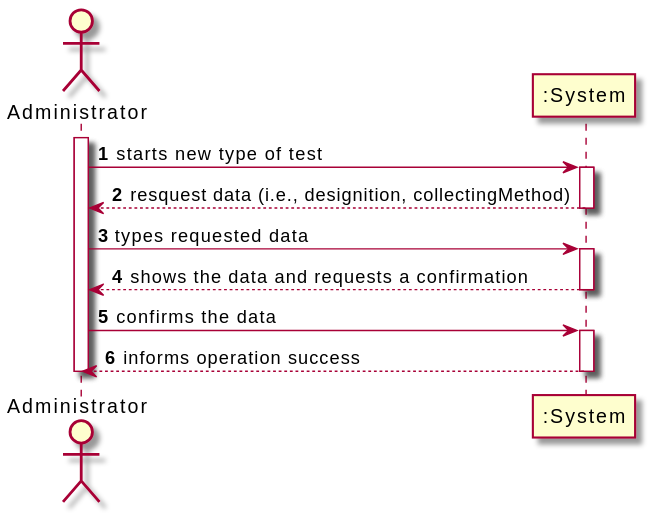
Before: docs/SprintB/US_9/UC9_SSD.svg, a diagram exported from PlantUML (RuiRioPina/LAPR2-20-21).
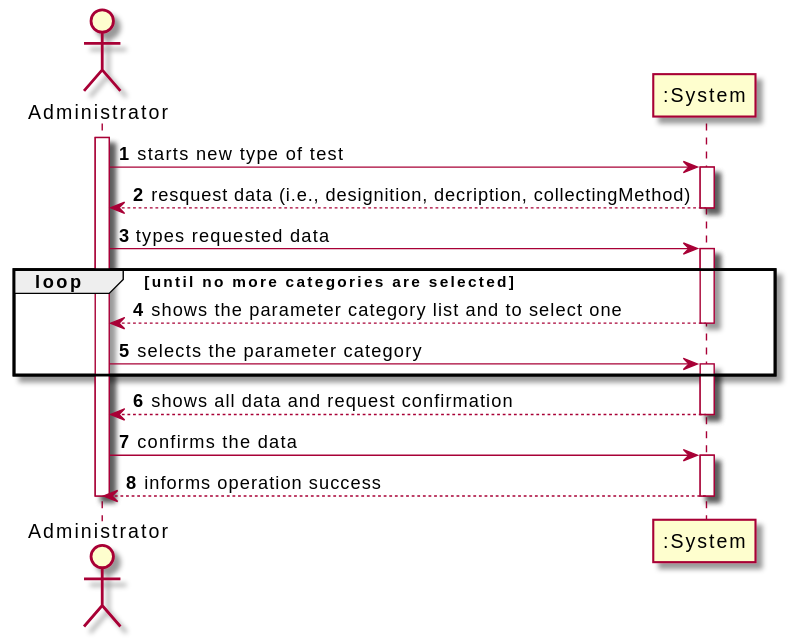
After the commit.

Diff of the diagram source:
```diff
@@ -5,12 +5,19 @@
 activate ADMIN
 ADMIN-> ":System" : starts new type of test
 activate ":System"
-":System" --> ADMIN : resquest data (i.e., designition, collectingMethod)
+":System" --> ADMIN : resquest data (i.e., designition, decription, collectingMethod)
 deactivate ":System"
 
 ADMIN -> ":System" : types requested data
 activate ":System"
-":System" --> ADMIN : shows the data and requests a confirmation
+loop until no more categories are selected
+	":System" --> ADMIN : shows the parameter category list and to select one
+	deactivate ":System"
+
+	ADMIN -> ":System" : selects the parameter category
+	activate ":System"
+end
+":System" --> ADMIN : shows all data and request confirmation
 deactivate ":System"
 
 ADMIN -> ":System" : confirms the data
```
